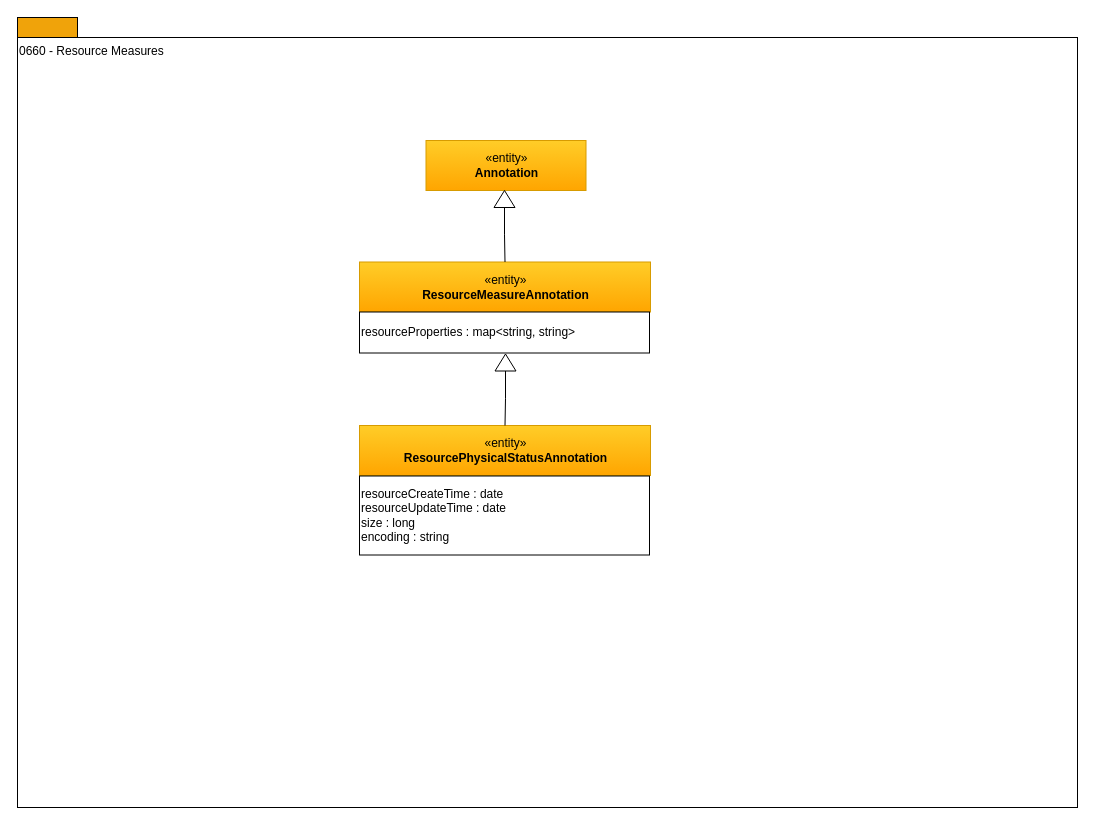
odpi/egeria-docs keeps this draw.io diagram as page "0660-Resource-Measures" (16 of 17) of site/docs/types/6/area-6-discovery.drawio. Above is the earlier version. Source tidied: cells renumbered, new cells numbered last; positions are measured from the earlier drawing's top-left corner, leaving out a move shared by most shapes. Both pictures are drawn from the tidied source at 100%, with x=0, y=0 at pixel (17, 17).
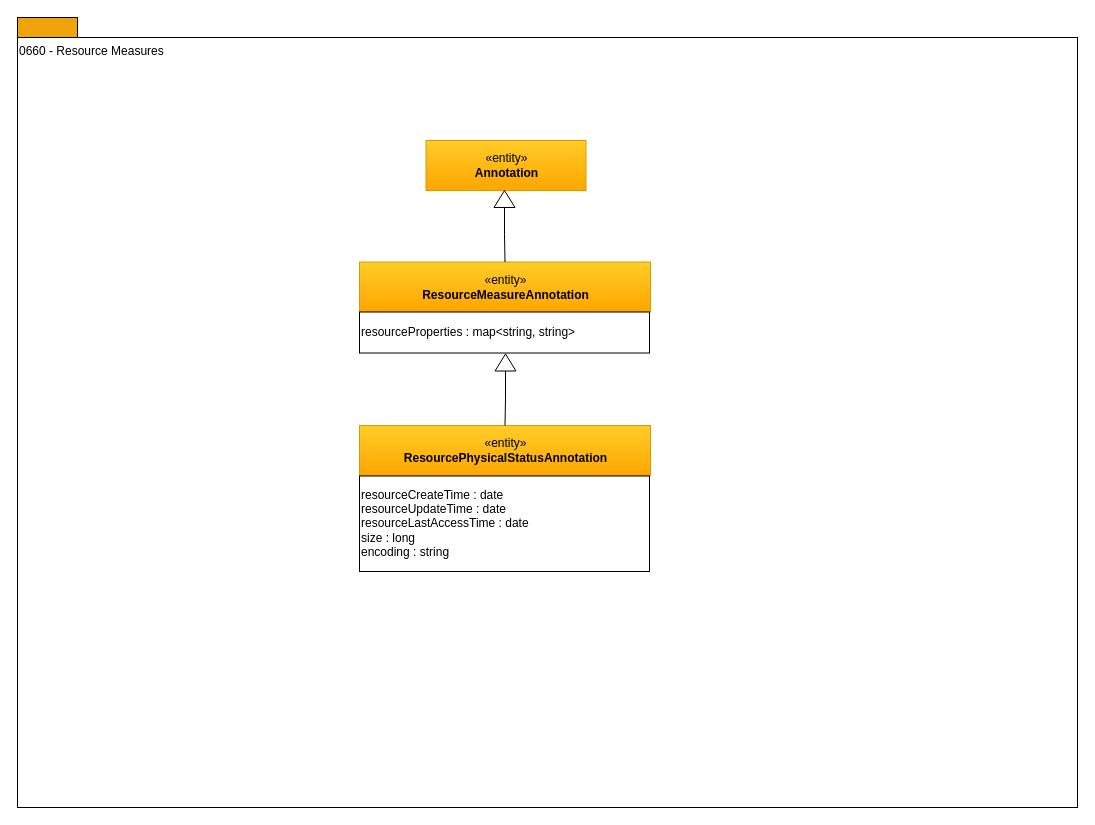
The same diagram, later.

What changed in the source:
```diff
@@
 <mxGraphModel>
   <root>
     <mxCell id="0" />
     <mxCell id="1" parent="0" />
     <mxCell id="2" style="rounded=0;whiteSpace=wrap;html=1;align=left;fillColor=#f0a30a;strokeColor=#000000;fontColor=#ffffff;" parent="1" vertex="1">
       <mxGeometry width="60" height="20" as="geometry" />
     </mxCell>
     <mxCell id="3" value="0660 - Resource Measures" style="rounded=0;whiteSpace=wrap;html=1;align=left;verticalAlign=top;" parent="1" vertex="1">
       <mxGeometry y="20" width="1060" height="770" as="geometry" />
     </mxCell>
     <mxCell id="4" value="«entity»&lt;br&gt;&lt;b&gt;ResourceMeasureAnnotation&lt;/b&gt;" style="html=1;strokeColor=#d79b00;align=center;fillColor=#ffcd28;gradientColor=#ffa500;" parent="1" vertex="1">
       <mxGeometry x="342" y="244.5" width="291" height="50" as="geometry" />
     </mxCell>
     <mxCell id="5" value="resourceProperties : map&amp;lt;string, string&amp;gt;" style="rounded=0;whiteSpace=wrap;html=1;strokeColor=#000000;gradientColor=#ffffff;align=left;" parent="1" vertex="1">
       <mxGeometry x="342" y="294.5" width="290" height="41" as="geometry" />
     </mxCell>
     <mxCell id="6" style="edgeStyle=orthogonalEdgeStyle;rounded=0;html=1;endArrow=none;endFill=0;jettySize=auto;exitX=0;exitY=0.5;" parent="1" edge="1" source="8" target="4">
       <mxGeometry relative="1" as="geometry" />
     </mxCell>
     <mxCell id="7" value="«entity»&lt;br&gt;&lt;b&gt;Annotation&lt;/b&gt;" style="html=1;strokeColor=#d79b00;align=center;fillColor=#ffcd28;gradientColor=#ffa500;" parent="1" vertex="1">
       <mxGeometry x="408.5" y="123" width="160" height="50" as="geometry" />
     </mxCell>
     <mxCell id="8" style="triangle;whiteSpace=wrap;html=1;strokeColor=#000000;gradientColor=#ffffff;align=center;rotation=-90;" parent="1" vertex="1">
       <mxGeometry x="478.5" y="171" width="17" height="21" as="geometry" />
     </mxCell>
     <mxCell id="9" value="«entity»&lt;br&gt;&lt;b&gt;ResourcePhysicalStatusAnnotation&lt;/b&gt;" style="html=1;strokeColor=#d79b00;align=center;fillColor=#ffcd28;gradientColor=#ffa500;" parent="1" vertex="1">
       <mxGeometry x="342" y="408" width="291" height="50" as="geometry" />
     </mxCell>
-    <mxCell id="10" value="resourceCreateTime : date&lt;br&gt;resourceUpdateTime : date&lt;br&gt;size : long&lt;br&gt;encoding : string" style="rounded=0;whiteSpace=wrap;html=1;strokeColor=#000000;gradientColor=#ffffff;align=left;" parent="1" vertex="1">
-      <mxGeometry x="342" y="458.5" width="290" height="79" as="geometry" />
+    <mxCell id="10" value="resourceCreateTime : date&lt;br&gt;resourceUpdateTime : date&lt;div&gt;resourceLastAccessTime : date&lt;br&gt;size : long&lt;br&gt;encoding : string&lt;/div&gt;" style="rounded=0;whiteSpace=wrap;html=1;strokeColor=#000000;gradientColor=#ffffff;align=left;" parent="1" vertex="1">
+      <mxGeometry x="342" y="458.5" width="290" height="95.5" as="geometry" />
     </mxCell>
     <mxCell id="11" style="edgeStyle=orthogonalEdgeStyle;rounded=0;html=1;endArrow=none;endFill=0;jettySize=auto;exitX=0;exitY=0.5;" parent="1" edge="1" source="12" target="9">
       <mxGeometry relative="1" as="geometry" />
     </mxCell>
     <mxCell id="12" style="triangle;whiteSpace=wrap;html=1;strokeColor=#000000;gradientColor=#ffffff;align=center;rotation=-90;" parent="1" vertex="1">
       <mxGeometry x="479.5" y="334.5" width="17" height="21" as="geometry" />
     </mxCell>
   </root>
 </mxGraphModel>
```
